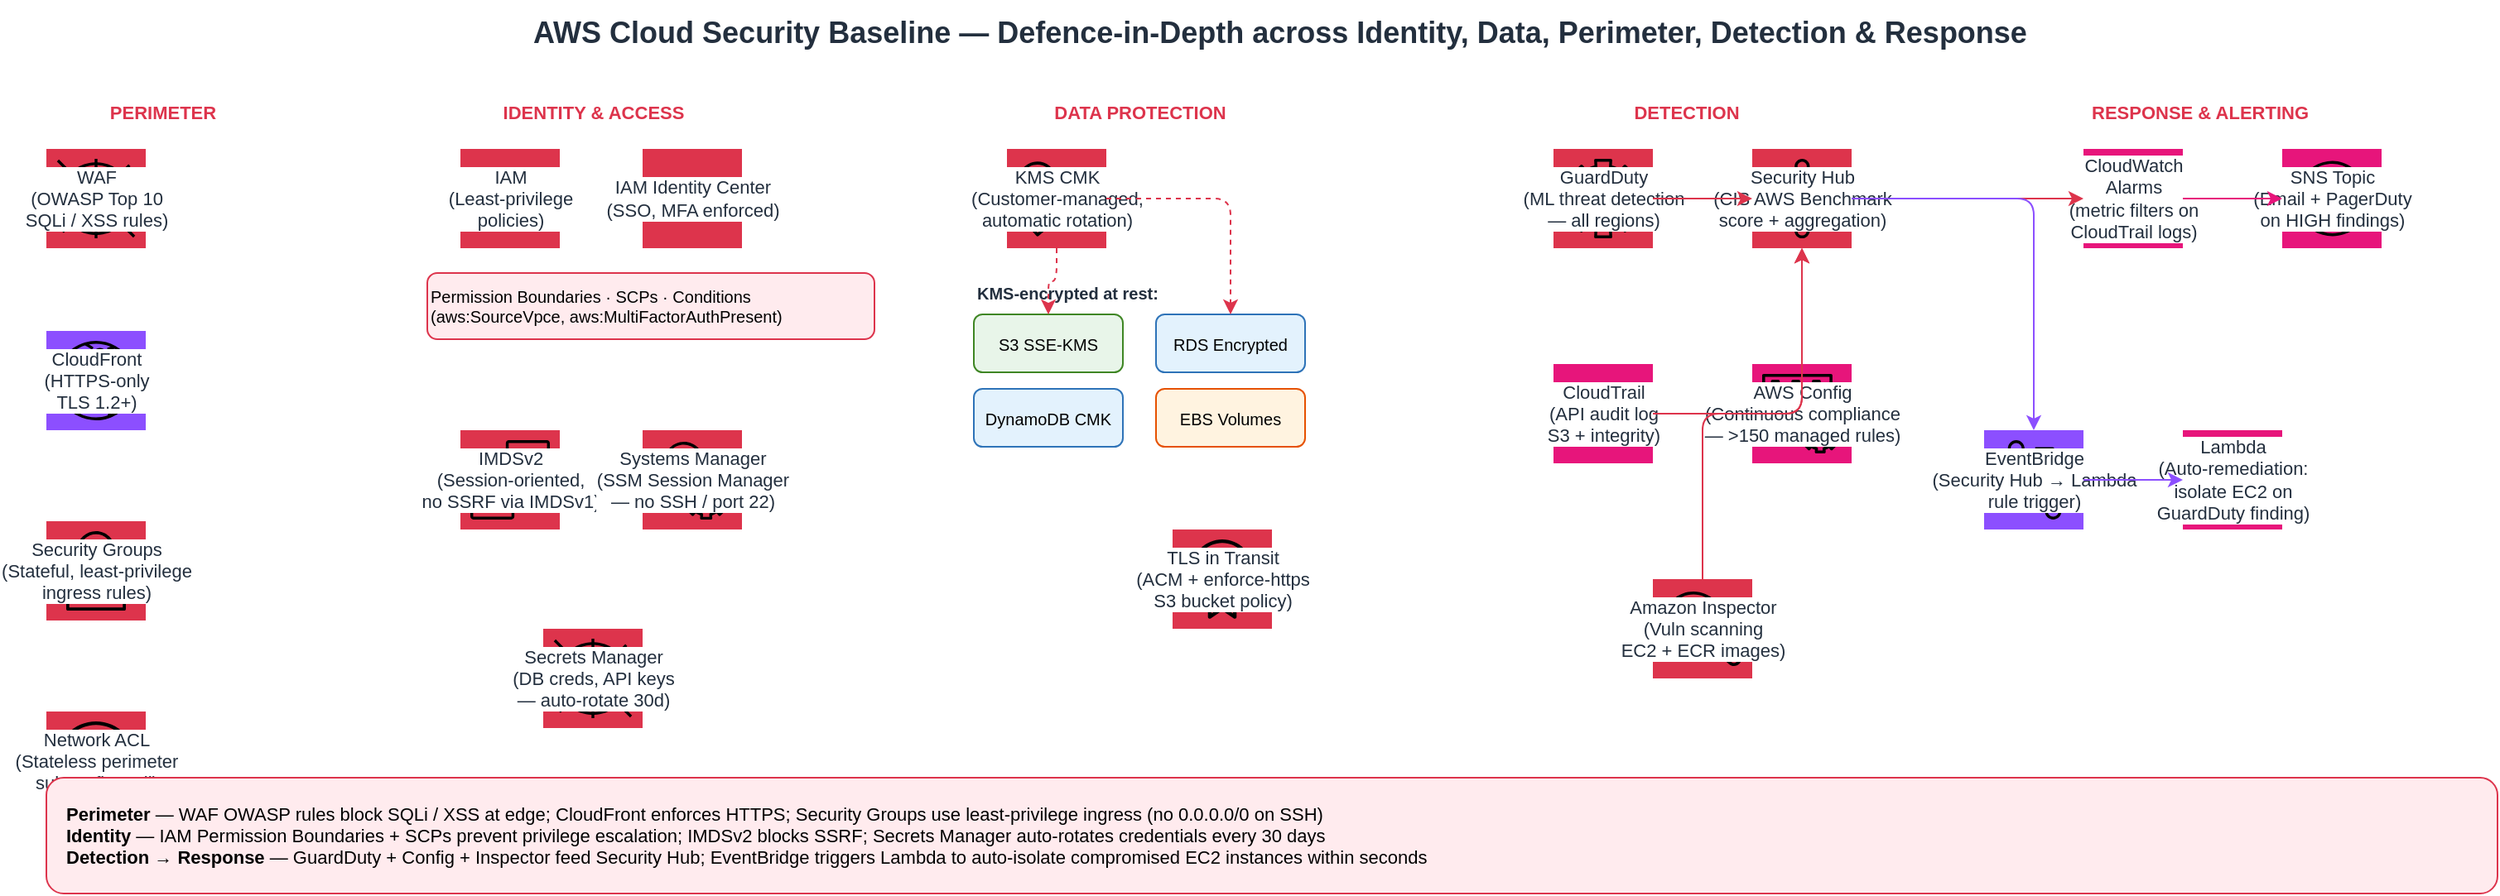
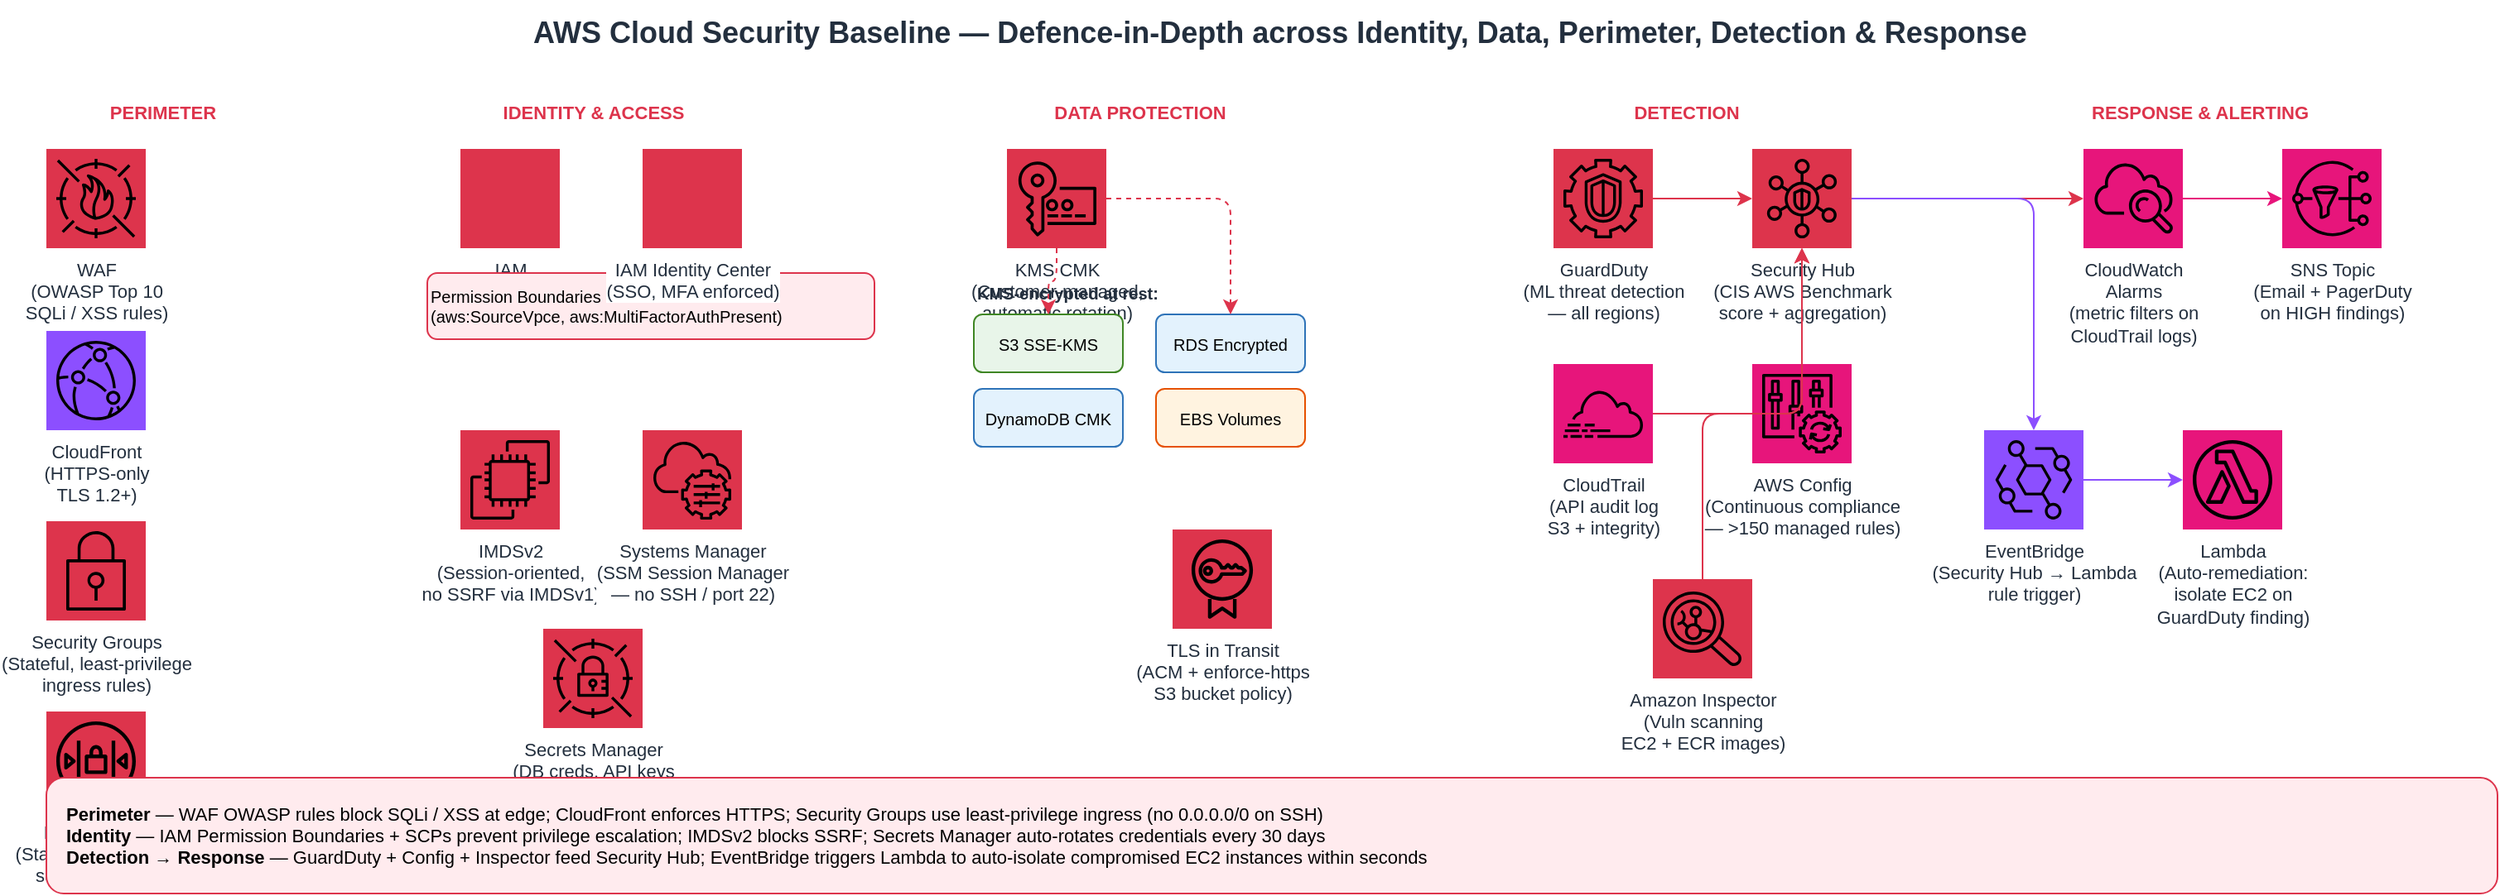
<?xml version="1.0" encoding="UTF-8"?>
<mxfile host="app.diagrams.net" modified="2026-06-27" version="21.0.0">
  <diagram id="cloud-security" name="Cloud Security Baseline">
    <mxGraphModel dx="1422" dy="762" grid="1" gridSize="10" guides="1" tooltips="1" connect="1" arrows="1" fold="1" page="1" pageScale="1" pageWidth="1654" pageHeight="1169" math="0" shadow="0">
      <root>
        <mxCell id="0"/>
        <mxCell id="1" parent="0"/>

        <!-- TITLE -->
        <mxCell id="2" value="AWS Cloud Security Baseline — Defence-in-Depth across Identity, Data, Perimeter, Detection &amp; Response" style="text;html=1;strokeColor=none;fillColor=none;align=center;verticalAlign=middle;whiteSpace=wrap;rounded=0;fontSize=18;fontStyle=1;fontColor=#232F3E;" vertex="1" parent="1">
          <mxGeometry x="100" y="20" width="1450" height="40" as="geometry"/>
        </mxCell>

        <!-- LAYER LABELS -->
        <mxCell id="l1" value="PERIMETER" style="text;html=1;strokeColor=none;fillColor=none;align=center;fontSize=11;fontStyle=1;fontColor=#DD344C;" vertex="1" parent="1">
          <mxGeometry x="80" y="75" width="140" height="20" as="geometry"/>
        </mxCell>
        <mxCell id="l2" value="IDENTITY &amp; ACCESS" style="text;html=1;strokeColor=none;fillColor=none;align=center;fontSize=11;fontStyle=1;fontColor=#DD344C;" vertex="1" parent="1">
          <mxGeometry x="310" y="75" width="200" height="20" as="geometry"/>
        </mxCell>
        <mxCell id="l3" value="DATA PROTECTION" style="text;html=1;strokeColor=none;fillColor=none;align=center;fontSize=11;fontStyle=1;fontColor=#DD344C;" vertex="1" parent="1">
          <mxGeometry x="640" y="75" width="200" height="20" as="geometry"/>
        </mxCell>
        <mxCell id="l4" value="DETECTION" style="text;html=1;strokeColor=none;fillColor=none;align=center;fontSize=11;fontStyle=1;fontColor=#DD344C;" vertex="1" parent="1">
          <mxGeometry x="970" y="75" width="200" height="20" as="geometry"/>
        </mxCell>
        <mxCell id="l5" value="RESPONSE &amp; ALERTING" style="text;html=1;strokeColor=none;fillColor=none;align=center;fontSize=11;fontStyle=1;fontColor=#DD344C;" vertex="1" parent="1">
          <mxGeometry x="1280" y="75" width="200" height="20" as="geometry"/>
        </mxCell>

        <!-- ===== LAYER 1: PERIMETER ===== -->
-         <mxCell id="waf" value="WAF&#xa;(OWASP Top 10&#xa;SQLi / XSS rules)" style="outlineConnect=0;fontColor=#232F3E;gradientColor=none;strokeColor=none;fillColor=#DD344C;labelBackgroundColor=#ffffff;align=center;html=1;fontSize=11;fontStyle=0;aspect=fixed;shape=mxgraph.aws4.resourceIcon;resIcon=mxgraph.aws4.waf;" vertex="1" parent="1">
+         <mxCell id="waf" value="WAF&#xa;(OWASP Top 10&#xa;SQLi / XSS rules)" style="outlineConnect=0;fontColor=#232F3E;gradientColor=none;strokeColor=none;fillColor=#DD344C;labelBackgroundColor=#ffffff;align=center;html=1;fontSize=11;fontStyle=0;aspect=fixed;verticalLabelPosition=bottom;verticalAlign=top;shape=mxgraph.aws4.resourceIcon;resIcon=mxgraph.aws4.waf;" vertex="1" parent="1">
          <mxGeometry x="80" y="110" width="60" height="60" as="geometry"/>
        </mxCell>
-         <mxCell id="cf" value="CloudFront&#xa;(HTTPS-only&#xa;TLS 1.2+)" style="outlineConnect=0;fontColor=#232F3E;gradientColor=none;strokeColor=none;fillColor=#8C4FFF;labelBackgroundColor=#ffffff;align=center;html=1;fontSize=11;fontStyle=0;aspect=fixed;shape=mxgraph.aws4.resourceIcon;resIcon=mxgraph.aws4.cloudfront;" vertex="1" parent="1">
+         <mxCell id="cf" value="CloudFront&#xa;(HTTPS-only&#xa;TLS 1.2+)" style="outlineConnect=0;fontColor=#232F3E;gradientColor=none;strokeColor=none;fillColor=#8C4FFF;labelBackgroundColor=#ffffff;align=center;html=1;fontSize=11;fontStyle=0;aspect=fixed;verticalLabelPosition=bottom;verticalAlign=top;shape=mxgraph.aws4.resourceIcon;resIcon=mxgraph.aws4.cloudfront;" vertex="1" parent="1">
          <mxGeometry x="80" y="220" width="60" height="60" as="geometry"/>
        </mxCell>
-         <mxCell id="sg" value="Security Groups&#xa;(Stateful, least-privilege&#xa;ingress rules)" style="outlineConnect=0;fontColor=#232F3E;gradientColor=none;strokeColor=none;fillColor=#DD344C;labelBackgroundColor=#ffffff;align=center;html=1;fontSize=11;fontStyle=0;aspect=fixed;shape=mxgraph.aws4.resourceIcon;resIcon=mxgraph.aws4.security_group;" vertex="1" parent="1">
+         <mxCell id="sg" value="Security Groups&#xa;(Stateful, least-privilege&#xa;ingress rules)" style="outlineConnect=0;fontColor=#232F3E;gradientColor=none;strokeColor=none;fillColor=#DD344C;labelBackgroundColor=#ffffff;align=center;html=1;fontSize=11;fontStyle=0;aspect=fixed;verticalLabelPosition=bottom;verticalAlign=top;shape=mxgraph.aws4.resourceIcon;resIcon=mxgraph.aws4.security_group;" vertex="1" parent="1">
          <mxGeometry x="80" y="335" width="60" height="60" as="geometry"/>
        </mxCell>
-         <mxCell id="nacl" value="Network ACL&#xa;(Stateless perimeter&#xa;subnet firewall)" style="outlineConnect=0;fontColor=#232F3E;gradientColor=none;strokeColor=none;fillColor=#DD344C;labelBackgroundColor=#ffffff;align=center;html=1;fontSize=11;fontStyle=0;aspect=fixed;shape=mxgraph.aws4.resourceIcon;resIcon=mxgraph.aws4.network_access_control_list;" vertex="1" parent="1">
+         <mxCell id="nacl" value="Network ACL&#xa;(Stateless perimeter&#xa;subnet firewall)" style="outlineConnect=0;fontColor=#232F3E;gradientColor=none;strokeColor=none;fillColor=#DD344C;labelBackgroundColor=#ffffff;align=center;html=1;fontSize=11;fontStyle=0;aspect=fixed;verticalLabelPosition=bottom;verticalAlign=top;shape=mxgraph.aws4.resourceIcon;resIcon=mxgraph.aws4.network_access_control_list;" vertex="1" parent="1">
          <mxGeometry x="80" y="450" width="60" height="60" as="geometry"/>
        </mxCell>

        <!-- ===== LAYER 2: IDENTITY ===== -->
-         <mxCell id="iam" value="IAM&#xa;(Least-privilege&#xa;policies)" style="outlineConnect=0;fontColor=#232F3E;gradientColor=none;strokeColor=none;fillColor=#DD344C;labelBackgroundColor=#ffffff;align=center;html=1;fontSize=11;fontStyle=0;aspect=fixed;shape=mxgraph.aws4.resourceIcon;resIcon=mxgraph.aws4.iam;" vertex="1" parent="1">
+         <mxCell id="iam" value="IAM&#xa;(Least-privilege&#xa;policies)" style="outlineConnect=0;fontColor=#232F3E;gradientColor=none;strokeColor=none;fillColor=#DD344C;labelBackgroundColor=#ffffff;align=center;html=1;fontSize=11;fontStyle=0;aspect=fixed;verticalLabelPosition=bottom;verticalAlign=top;shape=mxgraph.aws4.resourceIcon;resIcon=mxgraph.aws4.iam;" vertex="1" parent="1">
          <mxGeometry x="330" y="110" width="60" height="60" as="geometry"/>
        </mxCell>
        <mxCell id="iam_policy" value="Permission Boundaries · SCPs · Conditions (aws:SourceVpce, aws:MultiFactorAuthPresent)" style="text;html=1;strokeColor=#DD344C;fillColor=#FFEBEE;align=left;verticalAlign=middle;whiteSpace=wrap;rounded=1;fontSize=10;" vertex="1" parent="1">
          <mxGeometry x="310" y="185" width="270" height="40" as="geometry"/>
        </mxCell>

-         <mxCell id="sso" value="IAM Identity Center&#xa;(SSO, MFA enforced)" style="outlineConnect=0;fontColor=#232F3E;gradientColor=none;strokeColor=none;fillColor=#DD344C;labelBackgroundColor=#ffffff;align=center;html=1;fontSize=11;fontStyle=0;aspect=fixed;shape=mxgraph.aws4.resourceIcon;resIcon=mxgraph.aws4.iam;" vertex="1" parent="1">
+         <mxCell id="sso" value="IAM Identity Center&#xa;(SSO, MFA enforced)" style="outlineConnect=0;fontColor=#232F3E;gradientColor=none;strokeColor=none;fillColor=#DD344C;labelBackgroundColor=#ffffff;align=center;html=1;fontSize=11;fontStyle=0;aspect=fixed;verticalLabelPosition=bottom;verticalAlign=top;shape=mxgraph.aws4.resourceIcon;resIcon=mxgraph.aws4.iam;" vertex="1" parent="1">
          <mxGeometry x="440" y="110" width="60" height="60" as="geometry"/>
        </mxCell>
-         <mxCell id="imds" value="IMDSv2&#xa;(Session-oriented,&#xa;no SSRF via IMDSv1)" style="outlineConnect=0;fontColor=#232F3E;gradientColor=none;strokeColor=none;fillColor=#DD344C;labelBackgroundColor=#ffffff;align=center;html=1;fontSize=11;fontStyle=0;aspect=fixed;shape=mxgraph.aws4.resourceIcon;resIcon=mxgraph.aws4.ec2;" vertex="1" parent="1">
+         <mxCell id="imds" value="IMDSv2&#xa;(Session-oriented,&#xa;no SSRF via IMDSv1)" style="outlineConnect=0;fontColor=#232F3E;gradientColor=none;strokeColor=none;fillColor=#DD344C;labelBackgroundColor=#ffffff;align=center;html=1;fontSize=11;fontStyle=0;aspect=fixed;verticalLabelPosition=bottom;verticalAlign=top;shape=mxgraph.aws4.resourceIcon;resIcon=mxgraph.aws4.ec2;" vertex="1" parent="1">
          <mxGeometry x="330" y="280" width="60" height="60" as="geometry"/>
        </mxCell>
-         <mxCell id="ssm" value="Systems Manager&#xa;(SSM Session Manager&#xa;— no SSH / port 22)" style="outlineConnect=0;fontColor=#232F3E;gradientColor=none;strokeColor=none;fillColor=#DD344C;labelBackgroundColor=#ffffff;align=center;html=1;fontSize=11;fontStyle=0;aspect=fixed;shape=mxgraph.aws4.resourceIcon;resIcon=mxgraph.aws4.systems_manager;" vertex="1" parent="1">
+         <mxCell id="ssm" value="Systems Manager&#xa;(SSM Session Manager&#xa;— no SSH / port 22)" style="outlineConnect=0;fontColor=#232F3E;gradientColor=none;strokeColor=none;fillColor=#DD344C;labelBackgroundColor=#ffffff;align=center;html=1;fontSize=11;fontStyle=0;aspect=fixed;verticalLabelPosition=bottom;verticalAlign=top;shape=mxgraph.aws4.resourceIcon;resIcon=mxgraph.aws4.systems_manager;" vertex="1" parent="1">
          <mxGeometry x="440" y="280" width="60" height="60" as="geometry"/>
        </mxCell>
-         <mxCell id="secrets" value="Secrets Manager&#xa;(DB creds, API keys&#xa;— auto-rotate 30d)" style="outlineConnect=0;fontColor=#232F3E;gradientColor=none;strokeColor=none;fillColor=#DD344C;labelBackgroundColor=#ffffff;align=center;html=1;fontSize=11;fontStyle=0;aspect=fixed;shape=mxgraph.aws4.resourceIcon;resIcon=mxgraph.aws4.secrets_manager;" vertex="1" parent="1">
+         <mxCell id="secrets" value="Secrets Manager&#xa;(DB creds, API keys&#xa;— auto-rotate 30d)" style="outlineConnect=0;fontColor=#232F3E;gradientColor=none;strokeColor=none;fillColor=#DD344C;labelBackgroundColor=#ffffff;align=center;html=1;fontSize=11;fontStyle=0;aspect=fixed;verticalLabelPosition=bottom;verticalAlign=top;shape=mxgraph.aws4.resourceIcon;resIcon=mxgraph.aws4.secrets_manager;" vertex="1" parent="1">
          <mxGeometry x="380" y="400" width="60" height="60" as="geometry"/>
        </mxCell>

        <!-- ===== LAYER 3: DATA PROTECTION ===== -->
-         <mxCell id="kms" value="KMS CMK&#xa;(Customer-managed,&#xa;automatic rotation)" style="outlineConnect=0;fontColor=#232F3E;gradientColor=none;strokeColor=none;fillColor=#DD344C;labelBackgroundColor=#ffffff;align=center;html=1;fontSize=11;fontStyle=0;aspect=fixed;shape=mxgraph.aws4.resourceIcon;resIcon=mxgraph.aws4.key_management_service;" vertex="1" parent="1">
+         <mxCell id="kms" value="KMS CMK&#xa;(Customer-managed,&#xa;automatic rotation)" style="outlineConnect=0;fontColor=#232F3E;gradientColor=none;strokeColor=none;fillColor=#DD344C;labelBackgroundColor=#ffffff;align=center;html=1;fontSize=11;fontStyle=0;aspect=fixed;verticalLabelPosition=bottom;verticalAlign=top;shape=mxgraph.aws4.resourceIcon;resIcon=mxgraph.aws4.key_management_service;" vertex="1" parent="1">
          <mxGeometry x="660" y="110" width="60" height="60" as="geometry"/>
        </mxCell>

        <!-- Encrypted services under KMS -->
        <mxCell id="enc_lbl" value="KMS-encrypted at rest:" style="text;html=1;strokeColor=none;fillColor=none;align=left;fontSize=10;fontStyle=1;fontColor=#232F3E;" vertex="1" parent="1">
          <mxGeometry x="640" y="185" width="200" height="20" as="geometry"/>
        </mxCell>
        <mxCell id="s3_enc" value="S3 SSE-KMS" style="rounded=1;whiteSpace=wrap;html=1;fillColor=#E8F5E9;strokeColor=#3F8624;fontSize=10;" vertex="1" parent="1">
          <mxGeometry x="640" y="210" width="90" height="35" as="geometry"/>
        </mxCell>
        <mxCell id="rds_enc" value="RDS Encrypted" style="rounded=1;whiteSpace=wrap;html=1;fillColor=#E3F2FD;strokeColor=#2E73B8;fontSize=10;" vertex="1" parent="1">
          <mxGeometry x="750" y="210" width="90" height="35" as="geometry"/>
        </mxCell>
        <mxCell id="ddb_enc" value="DynamoDB CMK" style="rounded=1;whiteSpace=wrap;html=1;fillColor=#E3F2FD;strokeColor=#2E73B8;fontSize=10;" vertex="1" parent="1">
          <mxGeometry x="640" y="255" width="90" height="35" as="geometry"/>
        </mxCell>
        <mxCell id="ebs_enc" value="EBS Volumes" style="rounded=1;whiteSpace=wrap;html=1;fillColor=#FFF3E0;strokeColor=#E65100;fontSize=10;" vertex="1" parent="1">
          <mxGeometry x="750" y="255" width="90" height="35" as="geometry"/>
        </mxCell>

        <mxCell id="e_kms_s3" style="edgeStyle=orthogonalEdgeStyle;html=1;strokeColor=#DD344C;dashed=1;" edge="1" source="kms" target="s3_enc" parent="1"><mxGeometry relative="1" as="geometry"/></mxCell>
        <mxCell id="e_kms_rds" style="edgeStyle=orthogonalEdgeStyle;html=1;strokeColor=#DD344C;dashed=1;" edge="1" source="kms" target="rds_enc" parent="1"><mxGeometry relative="1" as="geometry"/></mxCell>

-         <mxCell id="tls" value="TLS in Transit&#xa;(ACM + enforce-https&#xa;S3 bucket policy)" style="outlineConnect=0;fontColor=#232F3E;gradientColor=none;strokeColor=none;fillColor=#DD344C;labelBackgroundColor=#ffffff;align=center;html=1;fontSize=11;fontStyle=0;aspect=fixed;shape=mxgraph.aws4.resourceIcon;resIcon=mxgraph.aws4.certificate_manager;" vertex="1" parent="1">
+         <mxCell id="tls" value="TLS in Transit&#xa;(ACM + enforce-https&#xa;S3 bucket policy)" style="outlineConnect=0;fontColor=#232F3E;gradientColor=none;strokeColor=none;fillColor=#DD344C;labelBackgroundColor=#ffffff;align=center;html=1;fontSize=11;fontStyle=0;aspect=fixed;verticalLabelPosition=bottom;verticalAlign=top;shape=mxgraph.aws4.resourceIcon;resIcon=mxgraph.aws4.certificate_manager;" vertex="1" parent="1">
          <mxGeometry x="760" y="340" width="60" height="60" as="geometry"/>
        </mxCell>

        <!-- ===== LAYER 4: DETECTION ===== -->
-         <mxCell id="gd" value="GuardDuty&#xa;(ML threat detection&#xa;— all regions)" style="outlineConnect=0;fontColor=#232F3E;gradientColor=none;strokeColor=none;fillColor=#DD344C;labelBackgroundColor=#ffffff;align=center;html=1;fontSize=11;fontStyle=0;aspect=fixed;shape=mxgraph.aws4.resourceIcon;resIcon=mxgraph.aws4.guardduty;" vertex="1" parent="1">
+         <mxCell id="gd" value="GuardDuty&#xa;(ML threat detection&#xa;— all regions)" style="outlineConnect=0;fontColor=#232F3E;gradientColor=none;strokeColor=none;fillColor=#DD344C;labelBackgroundColor=#ffffff;align=center;html=1;fontSize=11;fontStyle=0;aspect=fixed;verticalLabelPosition=bottom;verticalAlign=top;shape=mxgraph.aws4.resourceIcon;resIcon=mxgraph.aws4.guardduty;" vertex="1" parent="1">
          <mxGeometry x="990" y="110" width="60" height="60" as="geometry"/>
        </mxCell>
-         <mxCell id="sh" value="Security Hub&#xa;(CIS AWS Benchmark&#xa;score + aggregation)" style="outlineConnect=0;fontColor=#232F3E;gradientColor=none;strokeColor=none;fillColor=#DD344C;labelBackgroundColor=#ffffff;align=center;html=1;fontSize=11;fontStyle=0;aspect=fixed;shape=mxgraph.aws4.resourceIcon;resIcon=mxgraph.aws4.security_hub;" vertex="1" parent="1">
+         <mxCell id="sh" value="Security Hub&#xa;(CIS AWS Benchmark&#xa;score + aggregation)" style="outlineConnect=0;fontColor=#232F3E;gradientColor=none;strokeColor=none;fillColor=#DD344C;labelBackgroundColor=#ffffff;align=center;html=1;fontSize=11;fontStyle=0;aspect=fixed;verticalLabelPosition=bottom;verticalAlign=top;shape=mxgraph.aws4.resourceIcon;resIcon=mxgraph.aws4.security_hub;" vertex="1" parent="1">
          <mxGeometry x="1110" y="110" width="60" height="60" as="geometry"/>
        </mxCell>
-         <mxCell id="ct" value="CloudTrail&#xa;(API audit log&#xa;S3 + integrity)" style="outlineConnect=0;fontColor=#232F3E;gradientColor=none;strokeColor=none;fillColor=#E7157B;labelBackgroundColor=#ffffff;align=center;html=1;fontSize=11;fontStyle=0;aspect=fixed;shape=mxgraph.aws4.resourceIcon;resIcon=mxgraph.aws4.cloudtrail;" vertex="1" parent="1">
+         <mxCell id="ct" value="CloudTrail&#xa;(API audit log&#xa;S3 + integrity)" style="outlineConnect=0;fontColor=#232F3E;gradientColor=none;strokeColor=none;fillColor=#E7157B;labelBackgroundColor=#ffffff;align=center;html=1;fontSize=11;fontStyle=0;aspect=fixed;verticalLabelPosition=bottom;verticalAlign=top;shape=mxgraph.aws4.resourceIcon;resIcon=mxgraph.aws4.cloudtrail;" vertex="1" parent="1">
          <mxGeometry x="990" y="240" width="60" height="60" as="geometry"/>
        </mxCell>
-         <mxCell id="cfg" value="AWS Config&#xa;(Continuous compliance&#xa;— &gt;150 managed rules)" style="outlineConnect=0;fontColor=#232F3E;gradientColor=none;strokeColor=none;fillColor=#E7157B;labelBackgroundColor=#ffffff;align=center;html=1;fontSize=11;fontStyle=0;aspect=fixed;shape=mxgraph.aws4.resourceIcon;resIcon=mxgraph.aws4.config;" vertex="1" parent="1">
+         <mxCell id="cfg" value="AWS Config&#xa;(Continuous compliance&#xa;— &gt;150 managed rules)" style="outlineConnect=0;fontColor=#232F3E;gradientColor=none;strokeColor=none;fillColor=#E7157B;labelBackgroundColor=#ffffff;align=center;html=1;fontSize=11;fontStyle=0;aspect=fixed;verticalLabelPosition=bottom;verticalAlign=top;shape=mxgraph.aws4.resourceIcon;resIcon=mxgraph.aws4.config;" vertex="1" parent="1">
          <mxGeometry x="1110" y="240" width="60" height="60" as="geometry"/>
        </mxCell>
-         <mxCell id="ai" value="Amazon Inspector&#xa;(Vuln scanning&#xa;EC2 + ECR images)" style="outlineConnect=0;fontColor=#232F3E;gradientColor=none;strokeColor=none;fillColor=#DD344C;labelBackgroundColor=#ffffff;align=center;html=1;fontSize=11;fontStyle=0;aspect=fixed;shape=mxgraph.aws4.resourceIcon;resIcon=mxgraph.aws4.inspector;" vertex="1" parent="1">
+         <mxCell id="ai" value="Amazon Inspector&#xa;(Vuln scanning&#xa;EC2 + ECR images)" style="outlineConnect=0;fontColor=#232F3E;gradientColor=none;strokeColor=none;fillColor=#DD344C;labelBackgroundColor=#ffffff;align=center;html=1;fontSize=11;fontStyle=0;aspect=fixed;verticalLabelPosition=bottom;verticalAlign=top;shape=mxgraph.aws4.resourceIcon;resIcon=mxgraph.aws4.inspector;" vertex="1" parent="1">
          <mxGeometry x="1050" y="370" width="60" height="60" as="geometry"/>
        </mxCell>

        <!-- Feeds into Security Hub -->
        <mxCell id="e_gd_sh" style="edgeStyle=orthogonalEdgeStyle;html=1;strokeColor=#DD344C;" edge="1" source="gd" target="sh" parent="1"><mxGeometry relative="1" as="geometry"/></mxCell>
        <mxCell id="e_ct_sh" style="edgeStyle=orthogonalEdgeStyle;html=1;strokeColor=#DD344C;" edge="1" source="ct" target="sh" parent="1"><mxGeometry relative="1" as="geometry"/></mxCell>
        <mxCell id="e_cfg_sh" style="edgeStyle=orthogonalEdgeStyle;html=1;strokeColor=#DD344C;" edge="1" source="cfg" target="sh" parent="1"><mxGeometry relative="1" as="geometry"/></mxCell>
        <mxCell id="e_ai_sh" style="edgeStyle=orthogonalEdgeStyle;html=1;strokeColor=#DD344C;" edge="1" source="ai" target="sh" parent="1"><mxGeometry relative="1" as="geometry"/></mxCell>

        <!-- ===== LAYER 5: RESPONSE ===== -->
-         <mxCell id="cw" value="CloudWatch&#xa;Alarms&#xa;(metric filters on&#xa;CloudTrail logs)" style="outlineConnect=0;fontColor=#232F3E;gradientColor=none;strokeColor=none;fillColor=#E7157B;labelBackgroundColor=#ffffff;align=center;html=1;fontSize=11;fontStyle=0;aspect=fixed;shape=mxgraph.aws4.resourceIcon;resIcon=mxgraph.aws4.cloudwatch;" vertex="1" parent="1">
+         <mxCell id="cw" value="CloudWatch&#xa;Alarms&#xa;(metric filters on&#xa;CloudTrail logs)" style="outlineConnect=0;fontColor=#232F3E;gradientColor=none;strokeColor=none;fillColor=#E7157B;labelBackgroundColor=#ffffff;align=center;html=1;fontSize=11;fontStyle=0;aspect=fixed;verticalLabelPosition=bottom;verticalAlign=top;shape=mxgraph.aws4.resourceIcon;resIcon=mxgraph.aws4.cloudwatch;" vertex="1" parent="1">
          <mxGeometry x="1310" y="110" width="60" height="60" as="geometry"/>
        </mxCell>
-         <mxCell id="sns" value="SNS Topic&#xa;(Email + PagerDuty&#xa;on HIGH findings)" style="outlineConnect=0;fontColor=#232F3E;gradientColor=none;strokeColor=none;fillColor=#E7157B;labelBackgroundColor=#ffffff;align=center;html=1;fontSize=11;fontStyle=0;aspect=fixed;shape=mxgraph.aws4.resourceIcon;resIcon=mxgraph.aws4.sns;" vertex="1" parent="1">
+         <mxCell id="sns" value="SNS Topic&#xa;(Email + PagerDuty&#xa;on HIGH findings)" style="outlineConnect=0;fontColor=#232F3E;gradientColor=none;strokeColor=none;fillColor=#E7157B;labelBackgroundColor=#ffffff;align=center;html=1;fontSize=11;fontStyle=0;aspect=fixed;verticalLabelPosition=bottom;verticalAlign=top;shape=mxgraph.aws4.resourceIcon;resIcon=mxgraph.aws4.sns;" vertex="1" parent="1">
          <mxGeometry x="1430" y="110" width="60" height="60" as="geometry"/>
        </mxCell>
-         <mxCell id="lambda_r" value="Lambda&#xa;(Auto-remediation:&#xa;isolate EC2 on&#xa;GuardDuty finding)" style="outlineConnect=0;fontColor=#232F3E;gradientColor=none;strokeColor=none;fillColor=#E7157B;labelBackgroundColor=#ffffff;align=center;html=1;fontSize=11;fontStyle=0;aspect=fixed;shape=mxgraph.aws4.resourceIcon;resIcon=mxgraph.aws4.lambda_function;" vertex="1" parent="1">
+         <mxCell id="lambda_r" value="Lambda&#xa;(Auto-remediation:&#xa;isolate EC2 on&#xa;GuardDuty finding)" style="outlineConnect=0;fontColor=#232F3E;gradientColor=none;strokeColor=none;fillColor=#E7157B;labelBackgroundColor=#ffffff;align=center;html=1;fontSize=11;fontStyle=0;aspect=fixed;verticalLabelPosition=bottom;verticalAlign=top;shape=mxgraph.aws4.resourceIcon;resIcon=mxgraph.aws4.lambda_function;" vertex="1" parent="1">
          <mxGeometry x="1370" y="280" width="60" height="60" as="geometry"/>
        </mxCell>
-         <mxCell id="eb" value="EventBridge&#xa;(Security Hub → Lambda&#xa;rule trigger)" style="outlineConnect=0;fontColor=#232F3E;gradientColor=none;strokeColor=none;fillColor=#8C4FFF;labelBackgroundColor=#ffffff;align=center;html=1;fontSize=11;fontStyle=0;aspect=fixed;shape=mxgraph.aws4.resourceIcon;resIcon=mxgraph.aws4.eventbridge;" vertex="1" parent="1">
+         <mxCell id="eb" value="EventBridge&#xa;(Security Hub → Lambda&#xa;rule trigger)" style="outlineConnect=0;fontColor=#232F3E;gradientColor=none;strokeColor=none;fillColor=#8C4FFF;labelBackgroundColor=#ffffff;align=center;html=1;fontSize=11;fontStyle=0;aspect=fixed;verticalLabelPosition=bottom;verticalAlign=top;shape=mxgraph.aws4.resourceIcon;resIcon=mxgraph.aws4.eventbridge;" vertex="1" parent="1">
          <mxGeometry x="1250" y="280" width="60" height="60" as="geometry"/>
        </mxCell>

        <mxCell id="e_sh_cw" style="edgeStyle=orthogonalEdgeStyle;html=1;strokeColor=#DD344C;" edge="1" source="sh" target="cw" parent="1"><mxGeometry relative="1" as="geometry"/></mxCell>
        <mxCell id="e_cw_sns" style="edgeStyle=orthogonalEdgeStyle;html=1;strokeColor=#E7157B;" edge="1" source="cw" target="sns" parent="1"><mxGeometry relative="1" as="geometry"/></mxCell>
        <mxCell id="e_sh_eb" style="edgeStyle=orthogonalEdgeStyle;html=1;strokeColor=#8C4FFF;" edge="1" source="sh" target="eb" parent="1"><mxGeometry relative="1" as="geometry"/></mxCell>
        <mxCell id="e_eb_lam" style="edgeStyle=orthogonalEdgeStyle;html=1;strokeColor=#8C4FFF;" edge="1" source="eb" target="lambda_r" parent="1"><mxGeometry relative="1" as="geometry"/></mxCell>

        <!-- LEGEND -->
        <mxCell id="80" value="&lt;b&gt;Perimeter&lt;/b&gt; — WAF OWASP rules block SQLi / XSS at edge; CloudFront enforces HTTPS; Security Groups use least-privilege ingress (no 0.0.0.0/0 on SSH)&#xa;&lt;b&gt;Identity&lt;/b&gt; — IAM Permission Boundaries + SCPs prevent privilege escalation; IMDSv2 blocks SSRF; Secrets Manager auto-rotates credentials every 30 days&#xa;&lt;b&gt;Detection → Response&lt;/b&gt; — GuardDuty + Config + Inspector feed Security Hub; EventBridge triggers Lambda to auto-isolate compromised EC2 instances within seconds" style="text;html=1;strokeColor=#DD344C;fillColor=#FFEBEE;align=left;verticalAlign=middle;whiteSpace=wrap;rounded=1;fontSize=11;spacingLeft=10;spacingRight=10;" vertex="1" parent="1">
          <mxGeometry x="80" y="490" width="1480" height="70" as="geometry"/>
        </mxCell>

      </root>
    </mxGraphModel>
  </diagram>
</mxfile>
